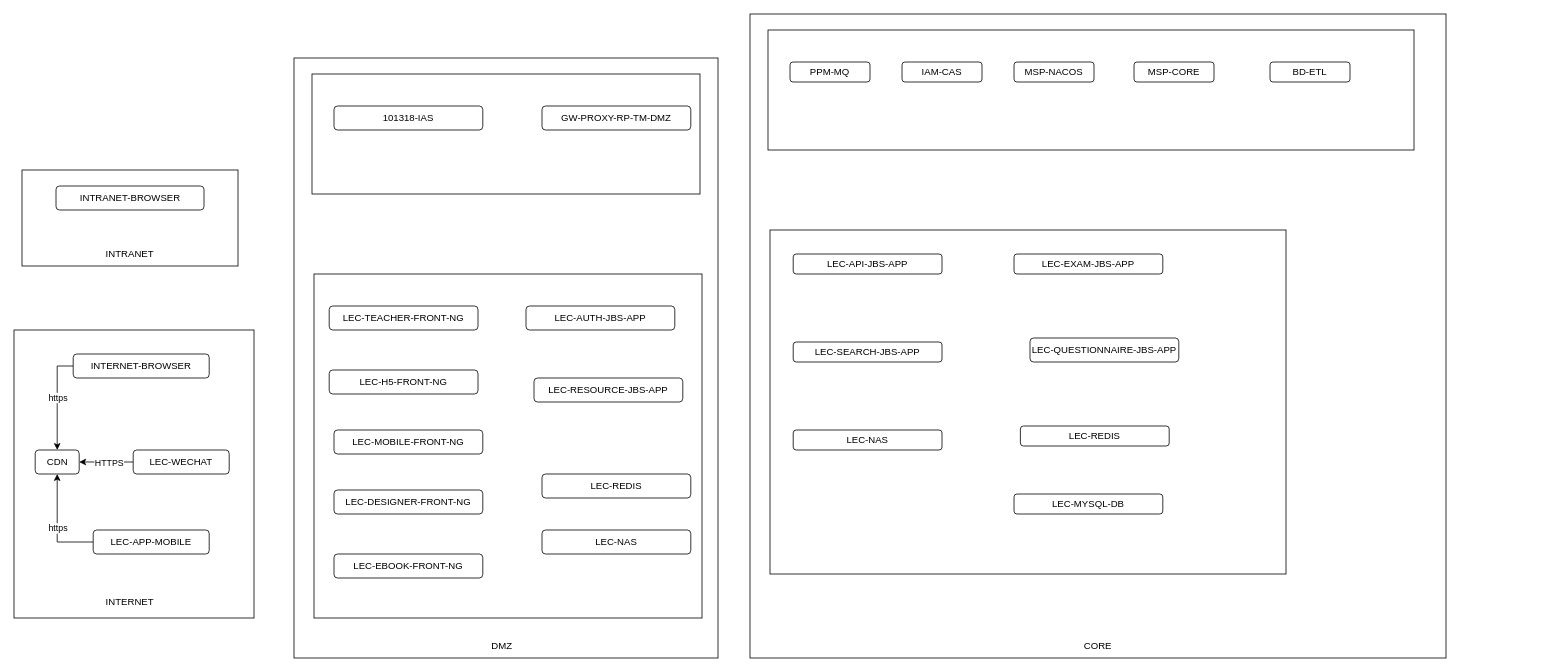
Earlier version of the draw.io diagram 智学365架构图.drawio (rainerpiao/cloud-computing). Source tidied: cells renumbered, new cells numbered last; positions are measured from the earlier drawing's top-left corner, leaving out a move shared by most shapes. Both pictures are drawn from the tidied source at 80%, with x=0, y=0 at pixel (14, 14).
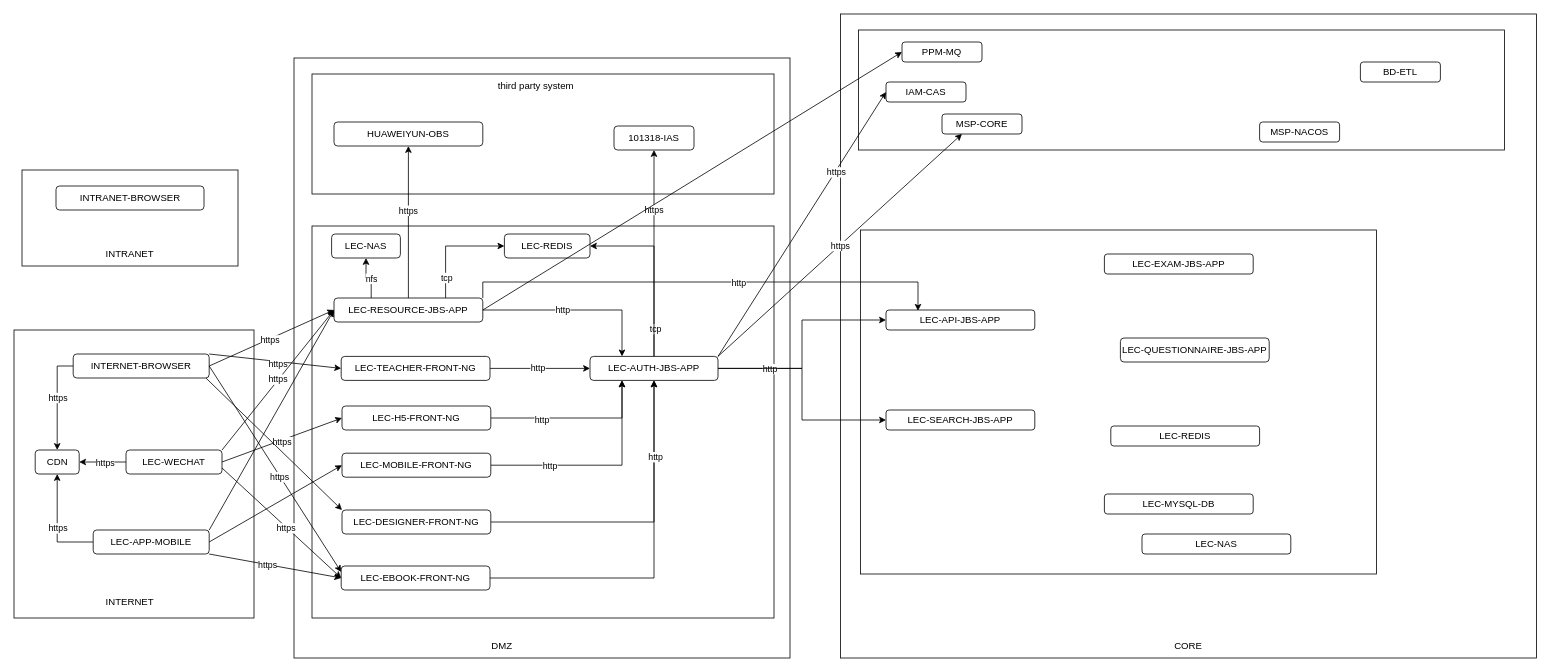
Above is the later version.

Commit message (it also covers changes not shown here):
更新智学365架构图.drawio

The change refers to these unchanged cells:
```xml
<mxCell id="4" style="rounded=0;whiteSpace=wrap;html=1;" parent="1" vertex="1">
  <mxGeometry y="395" width="300" height="360" as="geometry" />
</mxCell>
<mxCell id="10" value="&lt;span style=&quot;text-align: left;&quot;&gt;INTERNET-BROWSER&lt;/span&gt;" style="rounded=1;whiteSpace=wrap;html=1;" parent="1" vertex="1">
  <mxGeometry x="74" y="425" width="170" height="30" as="geometry" />
</mxCell>
<mxCell id="14" value="&lt;div style=&quot;text-align: left;&quot;&gt;&lt;span style=&quot;background-color: initial;&quot;&gt;LEC-APP-MOBILE&lt;/span&gt;&lt;/div&gt;" style="rounded=1;whiteSpace=wrap;html=1;" parent="1" vertex="1">
  <mxGeometry x="99" y="645" width="145" height="30" as="geometry" />
</mxCell>
<mxCell id="43" style="edgeStyle=orthogonalEdgeStyle;rounded=0;jettySize=auto;html=1;" parent="1" edge="1" source="45" target="11">
  <mxGeometry relative="1" as="geometry" />
</mxCell>
```

Diff of the diagram source:
```diff
@@
     <mxCell id="2" style="rounded=0;whiteSpace=wrap;html=1;" parent="1" vertex="1">
-      <mxGeometry x="920" width="870" height="805" as="geometry" />
+      <mxGeometry x="1033" width="870" height="805" as="geometry" />
     </mxCell>
@@
     <mxCell id="5" style="rounded=0;whiteSpace=wrap;html=1;" parent="1" vertex="1">
-      <mxGeometry x="350" y="55" width="530" height="750" as="geometry" />
+      <mxGeometry x="350" y="55" width="620" height="750" as="geometry" />
     </mxCell>
@@
+    <mxCell id="17" style="rounded=0;whiteSpace=wrap;html=1;" parent="1" vertex="1">
+      <mxGeometry x="372.5" y="265" width="577.5" height="490" as="geometry" />
+    </mxCell>
     <mxCell id="16" style="rounded=0;whiteSpace=wrap;html=1;" parent="1" vertex="1">
-      <mxGeometry x="372.5" y="75" width="485" height="150" as="geometry" />
+      <mxGeometry x="372.5" y="75" width="577.5" height="150" as="geometry" />
     </mxCell>
-    <mxCell id="17" style="rounded=0;whiteSpace=wrap;html=1;" parent="1" vertex="1">
-      <mxGeometry x="375" y="325" width="485" height="430" as="geometry" />
-    </mxCell>
+    <mxCell id="48" style="edgeStyle=orthogonalEdgeStyle;rounded=0;jettySize=auto;html=1;entryX=0;entryY=0.5;entryDx=0;entryDy=0;" parent="1" edge="1" source="18" target="20">
+      <mxGeometry relative="1" as="geometry" />
+    </mxCell>
+    <mxCell id="49" value="http" style="edgeLabel;html=1;align=center;verticalAlign=middle;" parent="48" vertex="1">
+      <mxGeometry x="-0.05" y="1" relative="1" as="geometry" />
+    </mxCell>
     <mxCell id="18" value="LEC-TEACHER-FRONT-NG" style="rounded=1;whiteSpace=wrap;html=1;" parent="1" vertex="1">
-      <mxGeometry x="394" y="365" width="186" height="30" as="geometry" />
+      <mxGeometry x="409" y="428" width="186" height="30" as="geometry" />
     </mxCell>
+    <mxCell id="50" style="edgeStyle=orthogonalEdgeStyle;rounded=0;jettySize=auto;html=1;entryX=0.25;entryY=0;entryDx=0;entryDy=0;" parent="1" edge="1" source="19" target="20">
+      <mxGeometry relative="1" as="geometry" />
+    </mxCell>
+    <mxCell id="51" value="http" style="edgeLabel;html=1;align=center;verticalAlign=middle;" parent="50" vertex="1">
+      <mxGeometry x="-0.15" y="1" relative="1" as="geometry" />
+    </mxCell>
+    <mxCell id="52" style="edgeStyle=orthogonalEdgeStyle;rounded=0;jettySize=auto;html=1;entryX=0.5;entryY=1;entryDx=0;entryDy=0;exitX=0.25;exitY=0;exitDx=0;exitDy=0;" parent="1" edge="1" source="19" target="22">
+      <mxGeometry relative="1" as="geometry" />
+    </mxCell>
+    <mxCell id="53" value="nfs" style="edgeLabel;html=1;align=center;verticalAlign=middle;" parent="52" vertex="1">
+      <mxGeometry x="-0.09" relative="1" as="geometry">
+        <mxPoint x="1" as="offset" />
+      </mxGeometry>
+    </mxCell>
+    <mxCell id="54" style="edgeStyle=orthogonalEdgeStyle;rounded=0;jettySize=auto;html=1;entryX=0;entryY=0.5;entryDx=0;entryDy=0;exitX=0.75;exitY=0;exitDx=0;exitDy=0;" parent="1" edge="1" source="19" target="23">
+      <mxGeometry relative="1" as="geometry" />
+    </mxCell>
+    <mxCell id="55" value="tcp" style="edgeLabel;html=1;align=center;verticalAlign=middle;" parent="54" vertex="1">
+      <mxGeometry x="-0.62" relative="1" as="geometry">
+        <mxPoint x="1" as="offset" />
+      </mxGeometry>
+    </mxCell>
+    <mxCell id="56" style="edgeStyle=orthogonalEdgeStyle;rounded=0;jettySize=auto;html=1;" parent="1" edge="1" source="19" target="86">
+      <mxGeometry relative="1" as="geometry" />
+    </mxCell>
+    <mxCell id="57" value="https" style="edgeLabel;html=1;align=center;verticalAlign=middle;" parent="56" vertex="1">
+      <mxGeometry x="0.16" y="1" relative="1" as="geometry" />
+    </mxCell>
     <mxCell id="19" value="LEC-RESOURCE-JBS-APP" style="rounded=1;whiteSpace=wrap;html=1;" parent="1" vertex="1">
-      <mxGeometry x="650" y="455" width="186" height="30" as="geometry" />
+      <mxGeometry x="400" y="355" width="186" height="30" as="geometry" />
     </mxCell>
+    <mxCell id="58" style="edgeStyle=orthogonalEdgeStyle;rounded=0;jettySize=auto;html=1;entryX=1;entryY=0.5;entryDx=0;entryDy=0;exitX=0.5;exitY=0;exitDx=0;exitDy=0;" parent="1" edge="1" source="20" target="23">
+      <mxGeometry relative="1" as="geometry" />
+    </mxCell>
+    <mxCell id="59" value="tcp" style="edgeLabel;html=1;align=center;verticalAlign=middle;" parent="58" vertex="1">
+      <mxGeometry x="-0.68" y="-1" relative="1" as="geometry" />
+    </mxCell>
+    <mxCell id="60" style="edgeStyle=orthogonalEdgeStyle;rounded=0;jettySize=auto;html=1;entryX=0.5;entryY=1;entryDx=0;entryDy=0;" parent="1" edge="1" source="20" target="24">
+      <mxGeometry relative="1" as="geometry" />
+    </mxCell>
+    <mxCell id="61" value="https" style="edgeLabel;html=1;align=center;verticalAlign=middle;" parent="60" vertex="1">
+      <mxGeometry x="0.43" y="1" relative="1" as="geometry" />
+    </mxCell>
     <mxCell id="20" value="LEC-AUTH-JBS-APP" style="rounded=1;whiteSpace=wrap;html=1;" parent="1" vertex="1">
-      <mxGeometry x="640" y="365" width="186" height="30" as="geometry" />
+      <mxGeometry x="720" y="428" width="160" height="30" as="geometry" />
     </mxCell>
+    <mxCell id="62" style="edgeStyle=orthogonalEdgeStyle;rounded=0;jettySize=auto;html=1;entryX=0.25;entryY=1;entryDx=0;entryDy=0;" parent="1" edge="1" source="21" target="20">
+      <mxGeometry relative="1" as="geometry" />
+    </mxCell>
+    <mxCell id="63" value="http" style="edgeLabel;html=1;align=center;verticalAlign=middle;" parent="62" vertex="1">
+      <mxGeometry x="-0.46" relative="1" as="geometry" />
+    </mxCell>
     <mxCell id="21" value="LEC-MOBILE-FRONT-NG" style="rounded=1;whiteSpace=wrap;html=1;" parent="1" vertex="1">
-      <mxGeometry x="400" y="520" width="186" height="30" as="geometry" />
+      <mxGeometry x="410" y="549" width="186" height="30" as="geometry" />
     </mxCell>
     <mxCell id="22" value="LEC-NAS" style="rounded=1;whiteSpace=wrap;html=1;" parent="1" vertex="1">
-      <mxGeometry x="660" y="645" width="186" height="30" as="geometry" />
+      <mxGeometry x="397" y="275" width="86" height="30" as="geometry" />
     </mxCell>
     <mxCell id="23" value="LEC-&lt;span style=&quot;background-color: initial;&quot;&gt;REDIS&lt;/span&gt;" style="rounded=1;whiteSpace=wrap;html=1;" parent="1" vertex="1">
-      <mxGeometry x="660" y="575" width="186" height="30" as="geometry" />
+      <mxGeometry x="613" y="275" width="107" height="30" as="geometry" />
     </mxCell>
+    <mxCell id="27" style="rounded=0;whiteSpace=wrap;html=1;" parent="1" vertex="1">
+      <mxGeometry x="1058" y="270" width="645" height="430" as="geometry" />
+    </mxCell>
+    <mxCell id="26" style="rounded=0;whiteSpace=wrap;html=1;" parent="1" vertex="1">
+      <mxGeometry x="1055.5" y="20" width="807.5" height="150" as="geometry" />
+    </mxCell>
     <mxCell id="24" value="101318-IAS" style="rounded=1;whiteSpace=wrap;html=1;" parent="1" vertex="1">
-      <mxGeometry x="400" y="115" width="186" height="30" as="geometry" />
+      <mxGeometry x="750" y="140" width="100" height="30" as="geometry" />
     </mxCell>
-    <mxCell id="25" value="GW-PROXY-RP-TM-DMZ" style="rounded=1;whiteSpace=wrap;html=1;" parent="1" vertex="1">
-      <mxGeometry x="660" y="115" width="186" height="30" as="geometry" />
-    </mxCell>
-    <mxCell id="26" style="rounded=0;whiteSpace=wrap;html=1;" parent="1" vertex="1">
-      <mxGeometry x="942.5" y="20" width="807.5" height="150" as="geometry" />
-    </mxCell>
-    <mxCell id="27" style="rounded=0;whiteSpace=wrap;html=1;" parent="1" vertex="1">
-      <mxGeometry x="945" y="270" width="645" height="430" as="geometry" />
-    </mxCell>
-    <mxCell id="28" value="LEC-API-JBS-APP" style="rounded=1;whiteSpace=wrap;html=1;" parent="1" vertex="1">
-      <mxGeometry x="974" y="300" width="186" height="25" as="geometry" />
-    </mxCell>
-    <mxCell id="29" value="LEC-SEARCH-JBS-APP" style="rounded=1;whiteSpace=wrap;html=1;" parent="1" vertex="1">
-      <mxGeometry x="974" y="410" width="186" height="25" as="geometry" />
-    </mxCell>
     <mxCell id="30" value="LEC-EXAM-JBS-APP" style="rounded=1;whiteSpace=wrap;html=1;" parent="1" vertex="1">
-      <mxGeometry x="1250" y="300" width="186" height="25" as="geometry" />
+      <mxGeometry x="1363" y="300" width="186" height="25" as="geometry" />
     </mxCell>
     <mxCell id="31" value="LEC-MYSQL-DB" style="rounded=1;whiteSpace=wrap;html=1;" parent="1" vertex="1">
-      <mxGeometry x="1250" y="600" width="186" height="25" as="geometry" />
+      <mxGeometry x="1363" y="600" width="186" height="25" as="geometry" />
     </mxCell>
     <mxCell id="32" value="LEC-NAS" style="rounded=1;whiteSpace=wrap;html=1;" parent="1" vertex="1">
-      <mxGeometry x="974" y="520" width="186" height="25" as="geometry" />
+      <mxGeometry x="1410" y="650" width="186" height="25" as="geometry" />
     </mxCell>
     <mxCell id="33" value="LEC-REDIS" style="rounded=1;whiteSpace=wrap;html=1;" parent="1" vertex="1">
-      <mxGeometry x="1258" y="515" width="186" height="25" as="geometry" />
+      <mxGeometry x="1371" y="515" width="186" height="25" as="geometry" />
     </mxCell>
     <mxCell id="34" value="PPM-MQ" style="rounded=1;whiteSpace=wrap;html=1;" parent="1" vertex="1">
-      <mxGeometry x="970" y="60" width="100" height="25" as="geometry" />
+      <mxGeometry x="1110" y="35" width="100" height="25" as="geometry" />
     </mxCell>
     <mxCell id="35" value="LEC-QUESTIONNAIRE-JBS-APP" style="rounded=1;whiteSpace=wrap;html=1;" parent="1" vertex="1">
-      <mxGeometry x="1270" y="405" width="186" height="30" as="geometry" />
+      <mxGeometry x="1383" y="405" width="186" height="30" as="geometry" />
     </mxCell>
+    <mxCell id="64" style="edgeStyle=orthogonalEdgeStyle;rounded=0;jettySize=auto;html=1;entryX=0.5;entryY=1;entryDx=0;entryDy=0;" parent="1" edge="1" source="36" target="20">
+      <mxGeometry relative="1" as="geometry" />
+    </mxCell>
     <mxCell id="36" value="LEC-DESIGNER-FRONT-NG" style="rounded=1;whiteSpace=wrap;html=1;" parent="1" vertex="1">
-      <mxGeometry x="400" y="595" width="186" height="30" as="geometry" />
+      <mxGeometry x="410" y="620" width="186" height="30" as="geometry" />
     </mxCell>
+    <mxCell id="65" style="edgeStyle=orthogonalEdgeStyle;rounded=0;jettySize=auto;html=1;entryX=0.5;entryY=1;entryDx=0;entryDy=0;" parent="1" edge="1" source="37" target="20">
+      <mxGeometry relative="1" as="geometry" />
+    </mxCell>
+    <mxCell id="66" value="http" style="edgeLabel;html=1;align=center;verticalAlign=middle;" parent="65" vertex="1">
+      <mxGeometry x="0.58" y="-1" relative="1" as="geometry" />
+    </mxCell>
     <mxCell id="37" value="LEC-EBOOK-FRONT-NG" style="rounded=1;whiteSpace=wrap;html=1;" parent="1" vertex="1">
-      <mxGeometry x="400" y="675" width="186" height="30" as="geometry" />
+      <mxGeometry x="409" y="690" width="186" height="30" as="geometry" />
     </mxCell>
+    <mxCell id="67" style="edgeStyle=orthogonalEdgeStyle;rounded=0;jettySize=auto;html=1;entryX=0.25;entryY=1;entryDx=0;entryDy=0;" parent="1" edge="1" source="38" target="20">
+      <mxGeometry relative="1" as="geometry" />
+    </mxCell>
+    <mxCell id="68" value="http" style="edgeLabel;html=1;align=center;verticalAlign=middle;" parent="67" vertex="1">
+      <mxGeometry x="-0.4" y="-2" relative="1" as="geometry" />
+    </mxCell>
     <mxCell id="38" value="LEC-H5-FRONT-NG" style="rounded=1;whiteSpace=wrap;html=1;" parent="1" vertex="1">
-      <mxGeometry x="394" y="445" width="186" height="30" as="geometry" />
+      <mxGeometry x="410" y="490" width="186" height="30" as="geometry" />
     </mxCell>
     <mxCell id="39" value="IAM-CAS" style="rounded=1;whiteSpace=wrap;html=1;" parent="1" vertex="1">
-      <mxGeometry x="1110" y="60" width="100" height="25" as="geometry" />
+      <mxGeometry x="1090" y="85" width="100" height="25" as="geometry" />
     </mxCell>
     <mxCell id="40" value="MSP-NACOS" style="rounded=1;whiteSpace=wrap;html=1;" parent="1" vertex="1">
-      <mxGeometry x="1250" y="60" width="100" height="25" as="geometry" />
+      <mxGeometry x="1557" y="135" width="100" height="25" as="geometry" />
     </mxCell>
     <mxCell id="41" value="MSP-CORE" style="rounded=1;whiteSpace=wrap;html=1;" parent="1" vertex="1">
-      <mxGeometry x="1400" y="60" width="100" height="25" as="geometry" />
+      <mxGeometry x="1160" y="125" width="100" height="25" as="geometry" />
     </mxCell>
     <mxCell id="42" value="BD-ETL" style="rounded=1;whiteSpace=wrap;html=1;" parent="1" vertex="1">
-      <mxGeometry x="1570" y="60" width="100" height="25" as="geometry" />
+      <mxGeometry x="1683" y="60" width="100" height="25" as="geometry" />
     </mxCell>
@@
-    <mxCell id="44" value="HTTPS" style="edgeLabel;html=1;align=center;verticalAlign=middle;" parent="43" vertex="1">
+    <mxCell id="44" value="https" style="edgeLabel;html=1;align=center;verticalAlign=middle;" parent="43" vertex="1">
       <mxGeometry x="-0.09" y="1" relative="1" as="geometry" />
     </mxCell>
     <mxCell id="45" value="&lt;div style=&quot;text-align: left;&quot;&gt;&lt;span style=&quot;background-color: initial;&quot;&gt;LEC-WECHAT&lt;/span&gt;&lt;/div&gt;" style="rounded=1;whiteSpace=wrap;html=1;" parent="1" vertex="1">
-      <mxGeometry x="149" y="545" width="120" height="30" as="geometry" />
+      <mxGeometry x="140" y="545" width="120" height="30" as="geometry" />
     </mxCell>
@@
     <mxCell id="47" value="CORE" style="text;html=1;align=center;verticalAlign=middle;whiteSpace=wrap;rounded=0;" parent="1" vertex="1">
-      <mxGeometry x="1325" y="775" width="60" height="30" as="geometry" />
+      <mxGeometry x="1438" y="775" width="60" height="30" as="geometry" />
     </mxCell>
+    <mxCell id="69" style="endArrow=classic;html=1;rounded=0;exitX=1;exitY=0;exitDx=0;exitDy=0;entryX=0;entryY=0.5;entryDx=0;entryDy=0;" parent="1" edge="1" source="10" target="18">
+      <mxGeometry relative="1" as="geometry" />
+    </mxCell>
+    <mxCell id="70" value="https" style="edgeLabel;html=1;align=center;verticalAlign=middle;" parent="69" vertex="1">
+      <mxGeometry x="0.03" y="-3" relative="1" as="geometry">
+        <mxPoint x="1" as="offset" />
+      </mxGeometry>
+    </mxCell>
+    <mxCell id="71" style="endArrow=classic;html=1;rounded=0;entryX=0;entryY=0.5;entryDx=0;entryDy=0;exitX=1;exitY=0.5;exitDx=0;exitDy=0;" parent="1" edge="1" source="10" target="19">
+      <mxGeometry relative="1" as="geometry" />
+    </mxCell>
+    <mxCell id="72" value="https" style="edgeLabel;html=1;align=center;verticalAlign=middle;" parent="71" vertex="1">
+      <mxGeometry x="-0.04" y="-1" relative="1" as="geometry" />
+    </mxCell>
+    <mxCell id="73" style="endArrow=classic;html=1;rounded=0;entryX=0;entryY=0.5;entryDx=0;entryDy=0;exitX=1;exitY=0;exitDx=0;exitDy=0;" parent="1" edge="1" source="14" target="19">
+      <mxGeometry relative="1" as="geometry" />
+    </mxCell>
+    <mxCell id="74" style="endArrow=classic;html=1;rounded=0;entryX=0;entryY=0.5;entryDx=0;entryDy=0;exitX=1;exitY=0.5;exitDx=0;exitDy=0;" parent="1" edge="1" source="14" target="21">
+      <mxGeometry relative="1" as="geometry" />
+    </mxCell>
+    <mxCell id="75" style="endArrow=classic;html=1;rounded=0;exitX=1;exitY=0;exitDx=0;exitDy=0;entryX=0;entryY=0.5;entryDx=0;entryDy=0;" parent="1" edge="1" source="45" target="19">
+      <mxGeometry relative="1" as="geometry" />
+    </mxCell>
+    <mxCell id="76" value="https" style="edgeLabel;html=1;align=center;verticalAlign=middle;" parent="75" vertex="1">
+      <mxGeometry x="0.01" y="1" relative="1" as="geometry" />
+    </mxCell>
+    <mxCell id="77" style="endArrow=classic;html=1;rounded=0;entryX=0;entryY=0.5;entryDx=0;entryDy=0;exitX=1;exitY=0.5;exitDx=0;exitDy=0;" parent="1" edge="1" source="45" target="38">
+      <mxGeometry relative="1" as="geometry" />
+    </mxCell>
+    <mxCell id="78" value="https" style="edgeLabel;html=1;align=center;verticalAlign=middle;" parent="77" vertex="1">
+      <mxGeometry x="-0.02" y="-1" relative="1" as="geometry">
+        <mxPoint x="1" as="offset" />
+      </mxGeometry>
+    </mxCell>
+    <mxCell id="79" style="endArrow=classic;html=1;rounded=0;entryX=0;entryY=0;entryDx=0;entryDy=0;exitX=0.8;exitY=0.167;exitDx=0;exitDy=0;exitPerimeter=0;" parent="1" edge="1" source="4" target="36">
+      <mxGeometry relative="1" as="geometry" />
+    </mxCell>
+    <mxCell id="80" style="endArrow=classic;html=1;rounded=0;exitX=1;exitY=0.5;exitDx=0;exitDy=0;entryX=0;entryY=0.25;entryDx=0;entryDy=0;" parent="1" edge="1" source="10" target="37">
+      <mxGeometry relative="1" as="geometry" />
+    </mxCell>
+    <mxCell id="81" value="https" style="edgeLabel;html=1;align=center;verticalAlign=middle;" parent="80" vertex="1">
+      <mxGeometry x="0.07" y="-1" relative="1" as="geometry" />
+    </mxCell>
+    <mxCell id="82" style="endArrow=classic;html=1;rounded=0;exitX=1;exitY=0.75;exitDx=0;exitDy=0;entryX=0;entryY=0.5;entryDx=0;entryDy=0;" parent="1" edge="1" source="45" target="37">
+      <mxGeometry relative="1" as="geometry" />
+    </mxCell>
+    <mxCell id="83" value="https" style="edgeLabel;html=1;align=center;verticalAlign=middle;" parent="82" vertex="1">
+      <mxGeometry x="0.08" y="-1" relative="1" as="geometry" />
+    </mxCell>
+    <mxCell id="84" style="endArrow=classic;html=1;rounded=0;exitX=1;exitY=1;exitDx=0;exitDy=0;entryX=0;entryY=0.5;entryDx=0;entryDy=0;" parent="1" edge="1" source="14" target="37">
+      <mxGeometry relative="1" as="geometry" />
+    </mxCell>
+    <mxCell id="85" value="https" style="edgeLabel;html=1;align=center;verticalAlign=middle;" parent="84" vertex="1">
+      <mxGeometry x="-0.12" relative="1" as="geometry" />
+    </mxCell>
+    <mxCell id="86" value="HUAWEIYUN-OBS" style="rounded=1;whiteSpace=wrap;html=1;" parent="1" vertex="1">
+      <mxGeometry x="400" y="135" width="186" height="30" as="geometry" />
+    </mxCell>
+    <mxCell id="87" style="edgeStyle=orthogonalEdgeStyle;rounded=0;jettySize=auto;html=1;entryX=0;entryY=0.5;entryDx=0;entryDy=0;" parent="1" edge="1" source="20" target="28">
+      <mxGeometry relative="1" as="geometry" />
+    </mxCell>
+    <mxCell id="88" value="http" style="edgeLabel;html=1;align=center;verticalAlign=middle;" parent="87" vertex="1">
+      <mxGeometry x="-0.53" relative="1" as="geometry" />
+    </mxCell>
+    <mxCell id="89" style="edgeStyle=orthogonalEdgeStyle;rounded=0;jettySize=auto;html=1;exitX=1;exitY=0;exitDx=0;exitDy=0;entryX=0.215;entryY=0.04;entryDx=0;entryDy=0;entryPerimeter=0;" parent="1" edge="1" source="19" target="28">
+      <mxGeometry relative="1" as="geometry" />
+    </mxCell>
+    <mxCell id="90" value="http" style="edgeLabel;html=1;align=center;verticalAlign=middle;" parent="89" vertex="1">
+      <mxGeometry x="0.13" y="-1" relative="1" as="geometry" />
+    </mxCell>
+    <mxCell id="28" value="LEC-API-JBS-APP" style="rounded=1;whiteSpace=wrap;html=1;" parent="1" vertex="1">
+      <mxGeometry x="1090" y="370" width="186" height="25" as="geometry" />
+    </mxCell>
+    <mxCell id="29" value="LEC-SEARCH-JBS-APP" style="rounded=1;whiteSpace=wrap;html=1;" parent="1" vertex="1">
+      <mxGeometry x="1090" y="495" width="186" height="25" as="geometry" />
+    </mxCell>
+    <mxCell id="91" style="edgeStyle=orthogonalEdgeStyle;rounded=0;jettySize=auto;html=1;entryX=0;entryY=0.5;entryDx=0;entryDy=0;" parent="1" edge="1" source="20" target="29">
+      <mxGeometry relative="1" as="geometry" />
+    </mxCell>
+    <mxCell id="92" value="third party system" style="text;html=1;align=center;verticalAlign=middle;whiteSpace=wrap;rounded=0;" parent="1" vertex="1">
+      <mxGeometry x="596" y="75" width="113" height="30" as="geometry" />
+    </mxCell>
+    <mxCell id="93" style="endArrow=classic;html=1;rounded=0;entryX=0.25;entryY=1;entryDx=0;entryDy=0;exitX=1;exitY=0;exitDx=0;exitDy=0;" parent="1" edge="1" source="20" target="41">
+      <mxGeometry relative="1" as="geometry" />
+    </mxCell>
+    <mxCell id="94" value="https" style="edgeLabel;html=1;align=center;verticalAlign=middle;" parent="93" vertex="1">
+      <mxGeometry relative="1" as="geometry" />
+    </mxCell>
+    <mxCell id="95" style="endArrow=classic;html=1;rounded=0;entryX=0;entryY=0.5;entryDx=0;entryDy=0;exitX=1;exitY=0;exitDx=0;exitDy=0;" parent="1" edge="1" source="20" target="39">
+      <mxGeometry relative="1" as="geometry" />
+    </mxCell>
+    <mxCell id="96" value="https" style="edgeLabel;html=1;align=center;verticalAlign=middle;" parent="95" vertex="1">
+      <mxGeometry x="0.4" y="-1" relative="1" as="geometry" />
+    </mxCell>
+    <mxCell id="97" style="endArrow=classic;html=1;rounded=0;entryX=0;entryY=0.5;entryDx=0;entryDy=0;exitX=1;exitY=0.5;exitDx=0;exitDy=0;" parent="1" edge="1" source="19" target="34">
+      <mxGeometry relative="1" as="geometry" />
+    </mxCell>
```
